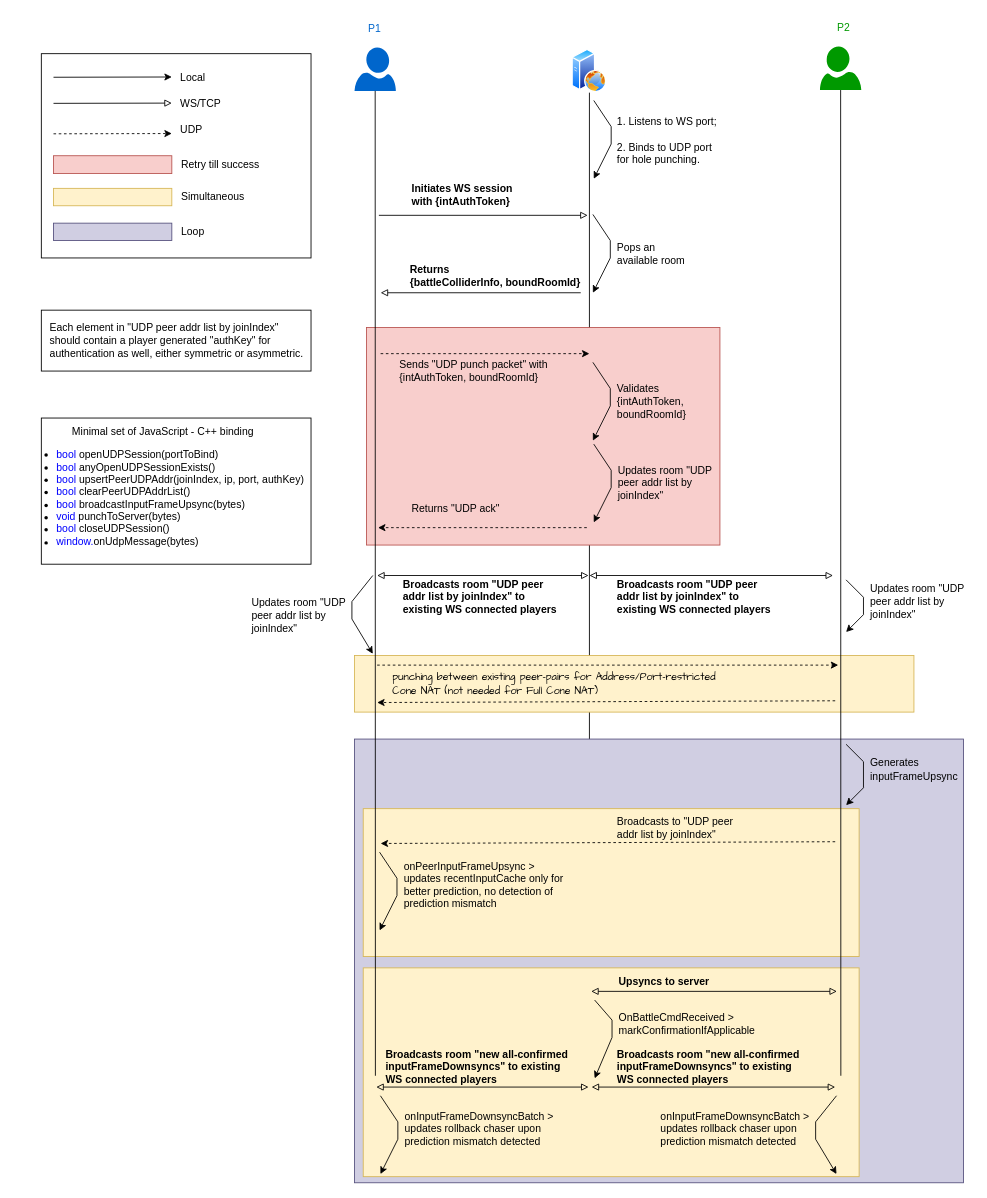
Earlier version of the draw.io diagram page "UDPEssentials" (6 of 6) of charts/DelayNoMore.drawio (genxium/DelayNoMore). Source tidied: cells renumbered, new cells numbered last; positions are measured from the earlier drawing's top-left corner, leaving out a move shared by most shapes. Both pictures are drawn from the tidied source at 87%, with x=0, y=0 at pixel (15, 15).
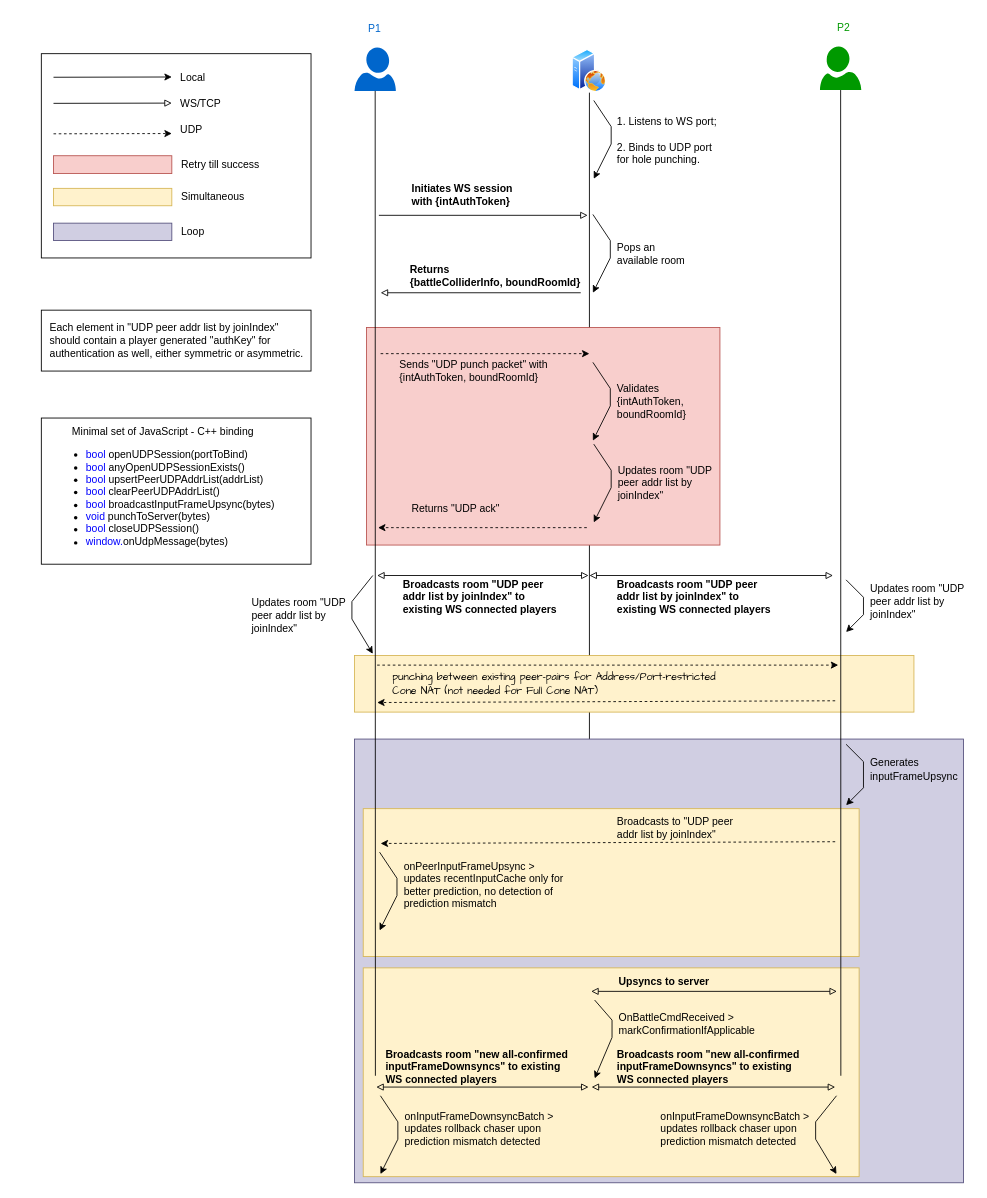
The same page after the edit.

What changed in the source:
```diff
@@
-    <mxCell id="69" value="&lt;span style=&quot;text-align: left&quot;&gt;Minimal set of JavaScript - C++ binding&lt;/span&gt;&lt;br style=&quot;text-align: left&quot;&gt;&lt;ul style=&quot;text-align: left&quot;&gt;&lt;li&gt;&lt;font color=&quot;#0000ff&quot;&gt;bool&lt;/font&gt; openUDPSession(portToBind)&lt;/li&gt;&lt;li&gt;&lt;font color=&quot;#0000ff&quot;&gt;bool&lt;/font&gt; anyOpenUDPSessionExists()&lt;/li&gt;&lt;li&gt;&lt;font color=&quot;#0000ff&quot;&gt;bool&lt;/font&gt; upsertPeerUDPAddr(joinIndex, ip, port, authKey)&lt;/li&gt;&lt;li&gt;&lt;font color=&quot;#0000ff&quot;&gt;bool&lt;/font&gt;&amp;nbsp;clearPeerUDPAddrList()&lt;/li&gt;&lt;li&gt;&lt;font color=&quot;#0000ff&quot;&gt;bool&lt;/font&gt; broadcastInputFrameUpsync(bytes)&lt;/li&gt;&lt;li&gt;&lt;font color=&quot;#0000ff&quot;&gt;void&lt;/font&gt;&amp;nbsp;punchToServer(bytes)&lt;/li&gt;&lt;li&gt;&lt;font color=&quot;#0000ff&quot;&gt;bool&lt;/font&gt;&lt;span&gt; closeUDPSession()&lt;/span&gt;&lt;br&gt;&lt;/li&gt;&lt;li&gt;&lt;font color=&quot;#0000ff&quot;&gt;window.&lt;/font&gt;onUdpMessage(bytes)&lt;/li&gt;&lt;/ul&gt;" style="text;html=1;strokeColor=none;fillColor=none;align=center;verticalAlign=middle;whiteSpace=wrap;rounded=0;" parent="1" vertex="1">
+    <mxCell id="69" value="&lt;span style=&quot;text-align: left&quot;&gt;Minimal set of JavaScript - C++ binding&lt;/span&gt;&lt;br style=&quot;text-align: left&quot;&gt;&lt;ul style=&quot;text-align: left&quot;&gt;&lt;li&gt;&lt;font color=&quot;#0000ff&quot;&gt;bool&lt;/font&gt; openUDPSession(portToBind)&lt;/li&gt;&lt;li&gt;&lt;font color=&quot;#0000ff&quot;&gt;bool&lt;/font&gt; anyOpenUDPSessionExists()&lt;/li&gt;&lt;li&gt;&lt;font color=&quot;#0000ff&quot;&gt;bool&lt;/font&gt; upsertPeerUDPAddrList(addrList)&lt;/li&gt;&lt;li&gt;&lt;font color=&quot;#0000ff&quot;&gt;bool&lt;/font&gt;&amp;nbsp;clearPeerUDPAddrList()&lt;/li&gt;&lt;li&gt;&lt;font color=&quot;#0000ff&quot;&gt;bool&lt;/font&gt; broadcastInputFrameUpsync(bytes)&lt;/li&gt;&lt;li&gt;&lt;font color=&quot;#0000ff&quot;&gt;void&lt;/font&gt;&amp;nbsp;punchToServer(bytes)&lt;/li&gt;&lt;li&gt;&lt;font color=&quot;#0000ff&quot;&gt;bool&lt;/font&gt;&lt;span&gt; closeUDPSession()&lt;/span&gt;&lt;br&gt;&lt;/li&gt;&lt;li&gt;&lt;font color=&quot;#0000ff&quot;&gt;window.&lt;/font&gt;onUdpMessage(bytes)&lt;/li&gt;&lt;/ul&gt;" style="text;html=1;strokeColor=none;fillColor=none;align=center;verticalAlign=middle;whiteSpace=wrap;rounded=0;" parent="1" vertex="1">
       <mxGeometry y="483" width="340" height="130" as="geometry" />
     </mxCell>
```
